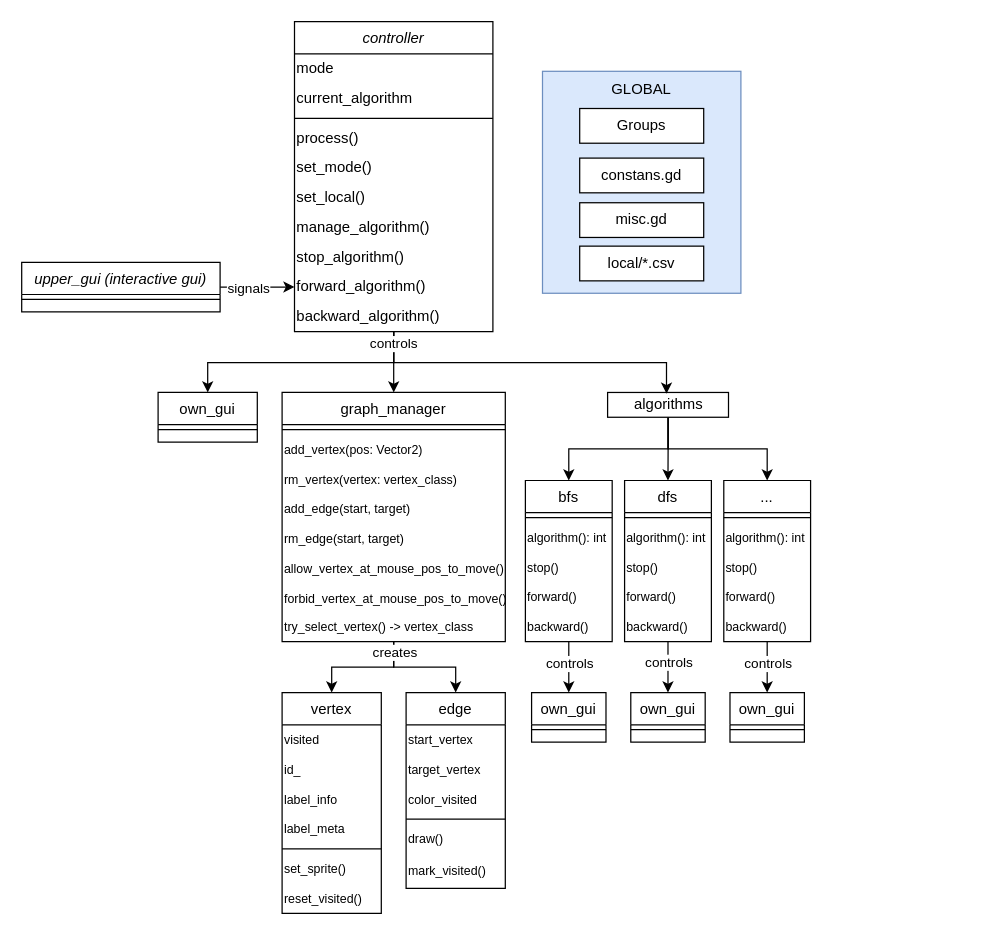
Above: docs/basic_architecture.drawio in cppcake/visu_alpro (draw.io), before the change. Source tidied: cells renumbered, new cells numbered last; positions are measured from the earlier drawing's top-left corner, leaving out a move shared by most shapes. Both pictures are drawn from the tidied source at 124%, with x=0, y=0 at pixel (21, 21).
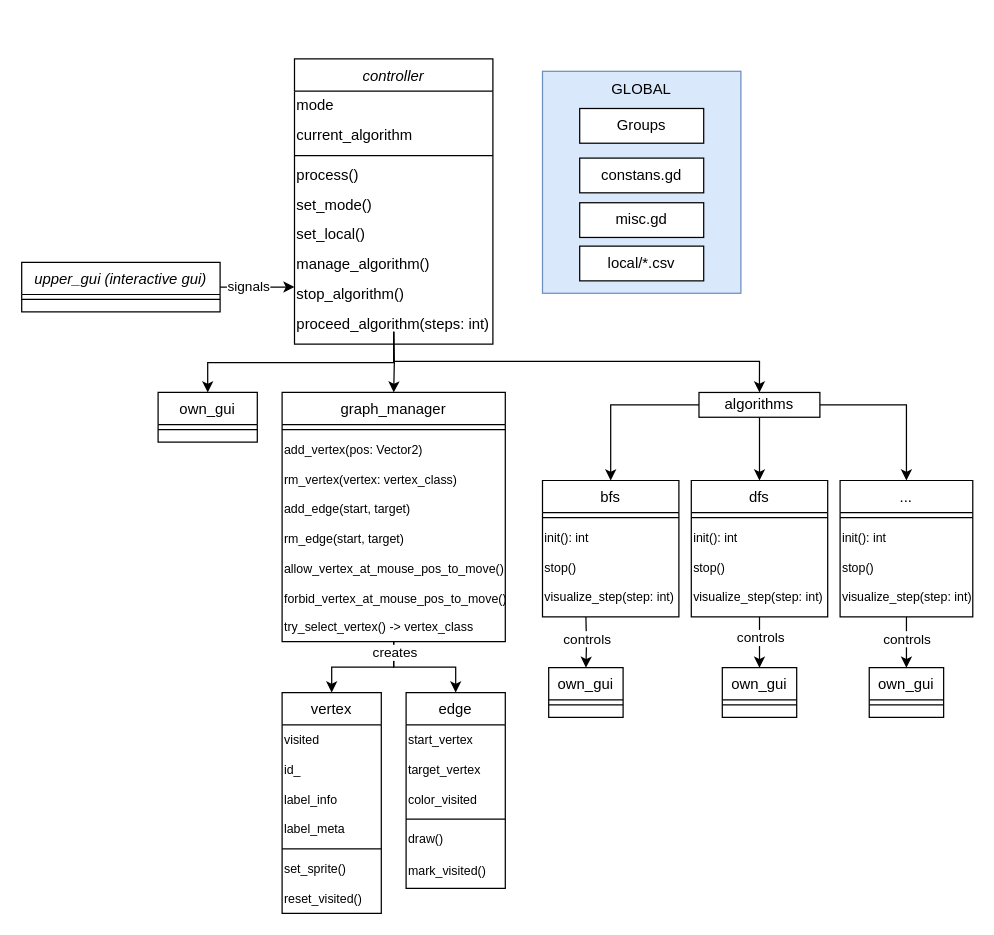
The same page after the edit.

Unchanged cells that the change refers to:
```xml
<mxCell id="11" value="stop_algorithm()" style="text;html=1;align=left;verticalAlign=middle;whiteSpace=wrap;rounded=0;" parent="3" vertex="1">
  <mxGeometry y="178" width="160" height="24" as="geometry" />
</mxCell>
<mxCell id="17" value="graph_manager" style="swimlane;fontStyle=0;align=center;verticalAlign=top;horizontal=1;startSize=26;rounded=0;shadow=0;strokeWidth=1;" parent="1" vertex="1">
  <mxGeometry x="210" y="299" width="180" height="201" as="geometry" />
</mxCell>
<mxCell id="28" value="upper_gui (interactive gui)" style="swimlane;fontStyle=2;align=center;verticalAlign=top;horizontal=1;startSize=26;rounded=0;shadow=0;strokeWidth=1;" parent="1" vertex="1">
  <mxGeometry y="194" width="160" height="40" as="geometry" />
</mxCell>
<mxCell id="71" value="own_gui" style="swimlane;fontStyle=0;align=center;verticalAlign=top;horizontal=1;startSize=26;rounded=0;shadow=0;strokeWidth=1;" parent="1" vertex="1">
  <mxGeometry x="110" y="299" width="80" height="40" as="geometry" />
</mxCell>
```

The edit, as a diff of the source:
```diff
@@
     <mxCell id="3" value="controller" style="swimlane;fontStyle=2;align=center;verticalAlign=top;horizontal=1;startSize=26;rounded=0;shadow=0;strokeWidth=1;" parent="1" vertex="1">
-      <mxGeometry x="220" width="160" height="250" as="geometry" />
+      <mxGeometry x="220" y="30" width="160" height="230" as="geometry" />
     </mxCell>
@@
-    <mxCell id="12" value="forward_algorithm()" style="text;html=1;align=left;verticalAlign=middle;whiteSpace=wrap;rounded=0;" parent="3" vertex="1">
+    <mxCell id="12" value="proceed_algorithm(steps: int)" style="text;html=1;align=left;verticalAlign=middle;whiteSpace=wrap;rounded=0;" parent="3" vertex="1">
       <mxGeometry y="202" width="160" height="24" as="geometry" />
     </mxCell>
-    <mxCell id="13" value="backward_algorithm()" style="text;html=1;align=left;verticalAlign=middle;whiteSpace=wrap;rounded=0;" parent="3" vertex="1">
-      <mxGeometry y="226" width="160" height="24" as="geometry" />
-    </mxCell>
@@
-    <mxCell id="26" style="edgeStyle=orthogonalEdgeStyle;rounded=0;jettySize=auto;html=1;entryX=0;entryY=0.5;entryDx=0;entryDy=0;" parent="1" edge="1" source="28" target="12">
+    <mxCell id="26" style="edgeStyle=orthogonalEdgeStyle;rounded=0;jettySize=auto;html=1;entryX=0;entryY=0.25;entryDx=0;entryDy=0;" parent="1" edge="1" source="28" target="11">
       <mxGeometry relative="1" as="geometry" />
     </mxCell>
@@
     <mxCell id="34" value="bfs" style="swimlane;fontStyle=0;align=center;verticalAlign=top;horizontal=1;startSize=26;rounded=0;shadow=0;strokeWidth=1;" parent="1" vertex="1">
-      <mxGeometry x="406.2" y="370" width="70" height="130" as="geometry" />
+      <mxGeometry x="420" y="370" width="110" height="110" as="geometry" />
     </mxCell>
     <mxCell id="35" style="line;html=1;strokeWidth=1;align=left;verticalAlign=middle;spacingTop=-1;spacingLeft=3;spacingRight=3;labelPosition=right;" parent="34" vertex="1">
-      <mxGeometry y="26" width="70" height="8" as="geometry" />
+      <mxGeometry y="26" width="110" height="8" as="geometry" />
     </mxCell>
-    <mxCell id="36" value="algorithm(): int" style="text;html=1;align=left;verticalAlign=middle;whiteSpace=wrap;rounded=0;fontSize=10;" parent="34" vertex="1">
-      <mxGeometry y="34" width="70" height="24" as="geometry" />
+    <mxCell id="36" value="init(): int" style="text;html=1;align=left;verticalAlign=middle;whiteSpace=wrap;rounded=0;fontSize=10;" parent="34" vertex="1">
+      <mxGeometry y="34" width="110" height="24" as="geometry" />
     </mxCell>
     <mxCell id="37" value="stop()" style="text;html=1;align=left;verticalAlign=middle;whiteSpace=wrap;rounded=0;fontSize=10;" parent="34" vertex="1">
-      <mxGeometry y="58" width="70" height="24" as="geometry" />
+      <mxGeometry y="58" width="110" height="24" as="geometry" />
     </mxCell>
-    <mxCell id="38" value="forward()" style="text;html=1;align=left;verticalAlign=middle;whiteSpace=wrap;rounded=0;fontSize=10;" parent="34" vertex="1">
-      <mxGeometry y="82" width="70" height="24" as="geometry" />
+    <mxCell id="38" value="visualize_step(step: int)" style="text;html=1;align=left;verticalAlign=middle;whiteSpace=wrap;rounded=0;fontSize=10;" parent="34" vertex="1">
+      <mxGeometry y="82" width="110" height="24" as="geometry" />
     </mxCell>
-    <mxCell id="39" value="backward()" style="text;html=1;align=left;verticalAlign=middle;whiteSpace=wrap;rounded=0;fontSize=10;" parent="34" vertex="1">
-      <mxGeometry y="106" width="70" height="24" as="geometry" />
-    </mxCell>
@@
     <mxCell id="42" value="dfs" style="swimlane;fontStyle=0;align=center;verticalAlign=top;horizontal=1;startSize=26;rounded=0;shadow=0;strokeWidth=1;" parent="1" vertex="1">
-      <mxGeometry x="486.2" y="370" width="70" height="130" as="geometry" />
+      <mxGeometry x="540" y="370" width="110" height="110" as="geometry" />
     </mxCell>
     <mxCell id="43" style="line;html=1;strokeWidth=1;align=left;verticalAlign=middle;spacingTop=-1;spacingLeft=3;spacingRight=3;labelPosition=right;" parent="42" vertex="1">
-      <mxGeometry y="26" width="70" height="8" as="geometry" />
+      <mxGeometry y="26" width="110" height="8" as="geometry" />
     </mxCell>
-    <mxCell id="44" value="algorithm(): int" style="text;html=1;align=left;verticalAlign=middle;whiteSpace=wrap;rounded=0;fontSize=10;" parent="42" vertex="1">
-      <mxGeometry y="34" width="70" height="24" as="geometry" />
+    <mxCell id="44" value="init(): int" style="text;html=1;align=left;verticalAlign=middle;whiteSpace=wrap;rounded=0;fontSize=10;" parent="42" vertex="1">
+      <mxGeometry y="34" width="110" height="24" as="geometry" />
     </mxCell>
     <mxCell id="45" value="stop()" style="text;html=1;align=left;verticalAlign=middle;whiteSpace=wrap;rounded=0;fontSize=10;" parent="42" vertex="1">
-      <mxGeometry y="58" width="70" height="24" as="geometry" />
+      <mxGeometry y="58" width="110" height="24" as="geometry" />
     </mxCell>
-    <mxCell id="46" value="forward()" style="text;html=1;align=left;verticalAlign=middle;whiteSpace=wrap;rounded=0;fontSize=10;" parent="42" vertex="1">
-      <mxGeometry y="82" width="70" height="24" as="geometry" />
+    <mxCell id="46" value="visualize_step(step: int)" style="text;html=1;align=left;verticalAlign=middle;whiteSpace=wrap;rounded=0;fontSize=10;" parent="42" vertex="1">
+      <mxGeometry y="82" width="110" height="24" as="geometry" />
     </mxCell>
-    <mxCell id="47" value="backward()" style="text;html=1;align=left;verticalAlign=middle;whiteSpace=wrap;rounded=0;fontSize=10;" parent="42" vertex="1">
-      <mxGeometry y="106" width="70" height="24" as="geometry" />
-    </mxCell>
@@
     <mxCell id="50" value="..." style="swimlane;fontStyle=0;align=center;verticalAlign=top;horizontal=1;startSize=26;rounded=0;shadow=0;strokeWidth=1;" parent="1" vertex="1">
-      <mxGeometry x="566.2" y="370" width="70" height="130" as="geometry" />
+      <mxGeometry x="660" y="370" width="107" height="110" as="geometry" />
     </mxCell>
     <mxCell id="51" style="line;html=1;strokeWidth=1;align=left;verticalAlign=middle;spacingTop=-1;spacingLeft=3;spacingRight=3;labelPosition=right;" parent="50" vertex="1">
-      <mxGeometry y="26" width="70" height="8" as="geometry" />
+      <mxGeometry y="26" width="107" height="8" as="geometry" />
     </mxCell>
-    <mxCell id="52" value="algorithm(): int" style="text;html=1;align=left;verticalAlign=middle;whiteSpace=wrap;rounded=0;fontSize=10;" parent="50" vertex="1">
-      <mxGeometry y="34" width="70" height="24" as="geometry" />
+    <mxCell id="52" value="init(): int" style="text;html=1;align=left;verticalAlign=middle;whiteSpace=wrap;rounded=0;fontSize=10;" parent="50" vertex="1">
+      <mxGeometry y="34" width="107" height="24" as="geometry" />
     </mxCell>
     <mxCell id="53" value="stop()" style="text;html=1;align=left;verticalAlign=middle;whiteSpace=wrap;rounded=0;fontSize=10;" parent="50" vertex="1">
-      <mxGeometry y="58" width="70" height="24" as="geometry" />
+      <mxGeometry y="58" width="107" height="24" as="geometry" />
     </mxCell>
-    <mxCell id="54" value="forward()" style="text;html=1;align=left;verticalAlign=middle;whiteSpace=wrap;rounded=0;fontSize=10;" parent="50" vertex="1">
-      <mxGeometry y="82" width="70" height="24" as="geometry" />
+    <mxCell id="54" value="visualize_step(step: int)" style="text;html=1;align=left;verticalAlign=middle;whiteSpace=wrap;rounded=0;fontSize=10;" parent="50" vertex="1">
+      <mxGeometry y="82" width="107" height="24" as="geometry" />
     </mxCell>
-    <mxCell id="55" value="backward()" style="text;html=1;align=left;verticalAlign=middle;whiteSpace=wrap;rounded=0;fontSize=10;" parent="50" vertex="1">
-      <mxGeometry y="106" width="70" height="24" as="geometry" />
-    </mxCell>
@@
     <mxCell id="73" value="own_gui" style="swimlane;fontStyle=0;align=center;verticalAlign=top;horizontal=1;startSize=26;rounded=0;shadow=0;strokeWidth=1;" parent="1" vertex="1">
-      <mxGeometry x="411.2" y="541" width="60" height="40" as="geometry" />
+      <mxGeometry x="425" y="521" width="60" height="40" as="geometry" />
     </mxCell>
@@
     <mxCell id="75" value="own_gui" style="swimlane;fontStyle=0;align=center;verticalAlign=top;horizontal=1;startSize=26;rounded=0;shadow=0;strokeWidth=1;" parent="1" vertex="1">
-      <mxGeometry x="491.2" y="541" width="60" height="40" as="geometry" />
+      <mxGeometry x="565" y="521" width="60" height="40" as="geometry" />
     </mxCell>
@@
     <mxCell id="77" value="own_gui" style="swimlane;fontStyle=0;align=center;verticalAlign=top;horizontal=1;startSize=26;rounded=0;shadow=0;strokeWidth=1;" parent="1" vertex="1">
-      <mxGeometry x="571.2" y="541" width="60" height="40" as="geometry" />
+      <mxGeometry x="683.5" y="521" width="60" height="40" as="geometry" />
     </mxCell>
@@
     <mxCell id="82" value="algorithms" style="rounded=0;whiteSpace=wrap;html=1;" parent="1" vertex="1">
-      <mxGeometry x="472.5" y="299" width="97.5" height="20" as="geometry" />
+      <mxGeometry x="546.2" y="299" width="97.5" height="20" as="geometry" />
     </mxCell>
-    <mxCell id="83" style="edgeStyle=orthogonalEdgeStyle;rounded=0;jettySize=auto;html=1;entryX=0.5;entryY=0;entryDx=0;entryDy=0;" parent="1" edge="1" source="39" target="73">
-      <mxGeometry relative="1" as="geometry" />
+    <mxCell id="83" style="edgeStyle=orthogonalEdgeStyle;rounded=0;jettySize=auto;html=1;entryX=0.5;entryY=0;entryDx=0;entryDy=0;" parent="1" edge="1" target="73">
+      <mxGeometry relative="1" as="geometry">
+        <mxPoint x="455" y="480" as="sourcePoint" />
+      </mxGeometry>
     </mxCell>
@@
-    <mxCell id="86" style="edgeStyle=orthogonalEdgeStyle;rounded=0;jettySize=auto;html=1;entryX=0.5;entryY=0;entryDx=0;entryDy=0;" parent="1" edge="1" source="13" target="17">
-      <mxGeometry relative="1" as="geometry" />
+    <mxCell id="86" style="edgeStyle=orthogonalEdgeStyle;rounded=0;jettySize=auto;html=1;entryX=0.5;entryY=0;entryDx=0;entryDy=0;" parent="1" edge="1" target="17">
+      <mxGeometry relative="1" as="geometry">
+        <mxPoint x="300" y="250" as="sourcePoint" />
+      </mxGeometry>
     </mxCell>
-    <mxCell id="87" style="edgeStyle=orthogonalEdgeStyle;rounded=0;jettySize=auto;html=1;entryX=0.5;entryY=0;entryDx=0;entryDy=0;" parent="1" edge="1" source="13" target="71">
+    <mxCell id="87" style="edgeStyle=orthogonalEdgeStyle;rounded=0;jettySize=auto;html=1;entryX=0.5;entryY=0;entryDx=0;entryDy=0;" parent="1" edge="1" target="71">
       <mxGeometry relative="1" as="geometry">
+        <mxPoint x="300" y="250" as="sourcePoint" />
         <Array as="points">
           <mxPoint x="300" y="275" />
           <mxPoint x="150" y="275" />
         </Array>
       </mxGeometry>
     </mxCell>
-    <mxCell id="88" style="edgeStyle=orthogonalEdgeStyle;rounded=0;jettySize=auto;html=1;" parent="1" edge="1" source="13">
-      <mxGeometry relative="1" as="geometry">
-        <mxPoint x="520" y="300" as="targetPoint" />
-        <Array as="points">
-          <mxPoint x="300" y="275" />
-          <mxPoint x="520" y="275" />
-          <mxPoint x="520" y="299" />
-        </Array>
-      </mxGeometry>
-    </mxCell>
-    <mxCell id="89" value="controls" style="edgeLabel;html=1;align=center;verticalAlign=middle;" parent="88" vertex="1">
-      <mxGeometry x="-0.93" y="-1" relative="1" as="geometry" />
-    </mxCell>
+    <mxCell id="90" style="edgeStyle=orthogonalEdgeStyle;rounded=0;jettySize=auto;html=1;entryX=0.5;entryY=0;entryDx=0;entryDy=0;" parent="1" edge="1" target="82">
+      <mxGeometry relative="1" as="geometry">
+        <mxPoint x="300" y="250" as="sourcePoint" />
+        <Array as="points">
+          <mxPoint x="300" y="274" />
+          <mxPoint x="595" y="274" />
+        </Array>
+      </mxGeometry>
+    </mxCell>
```
